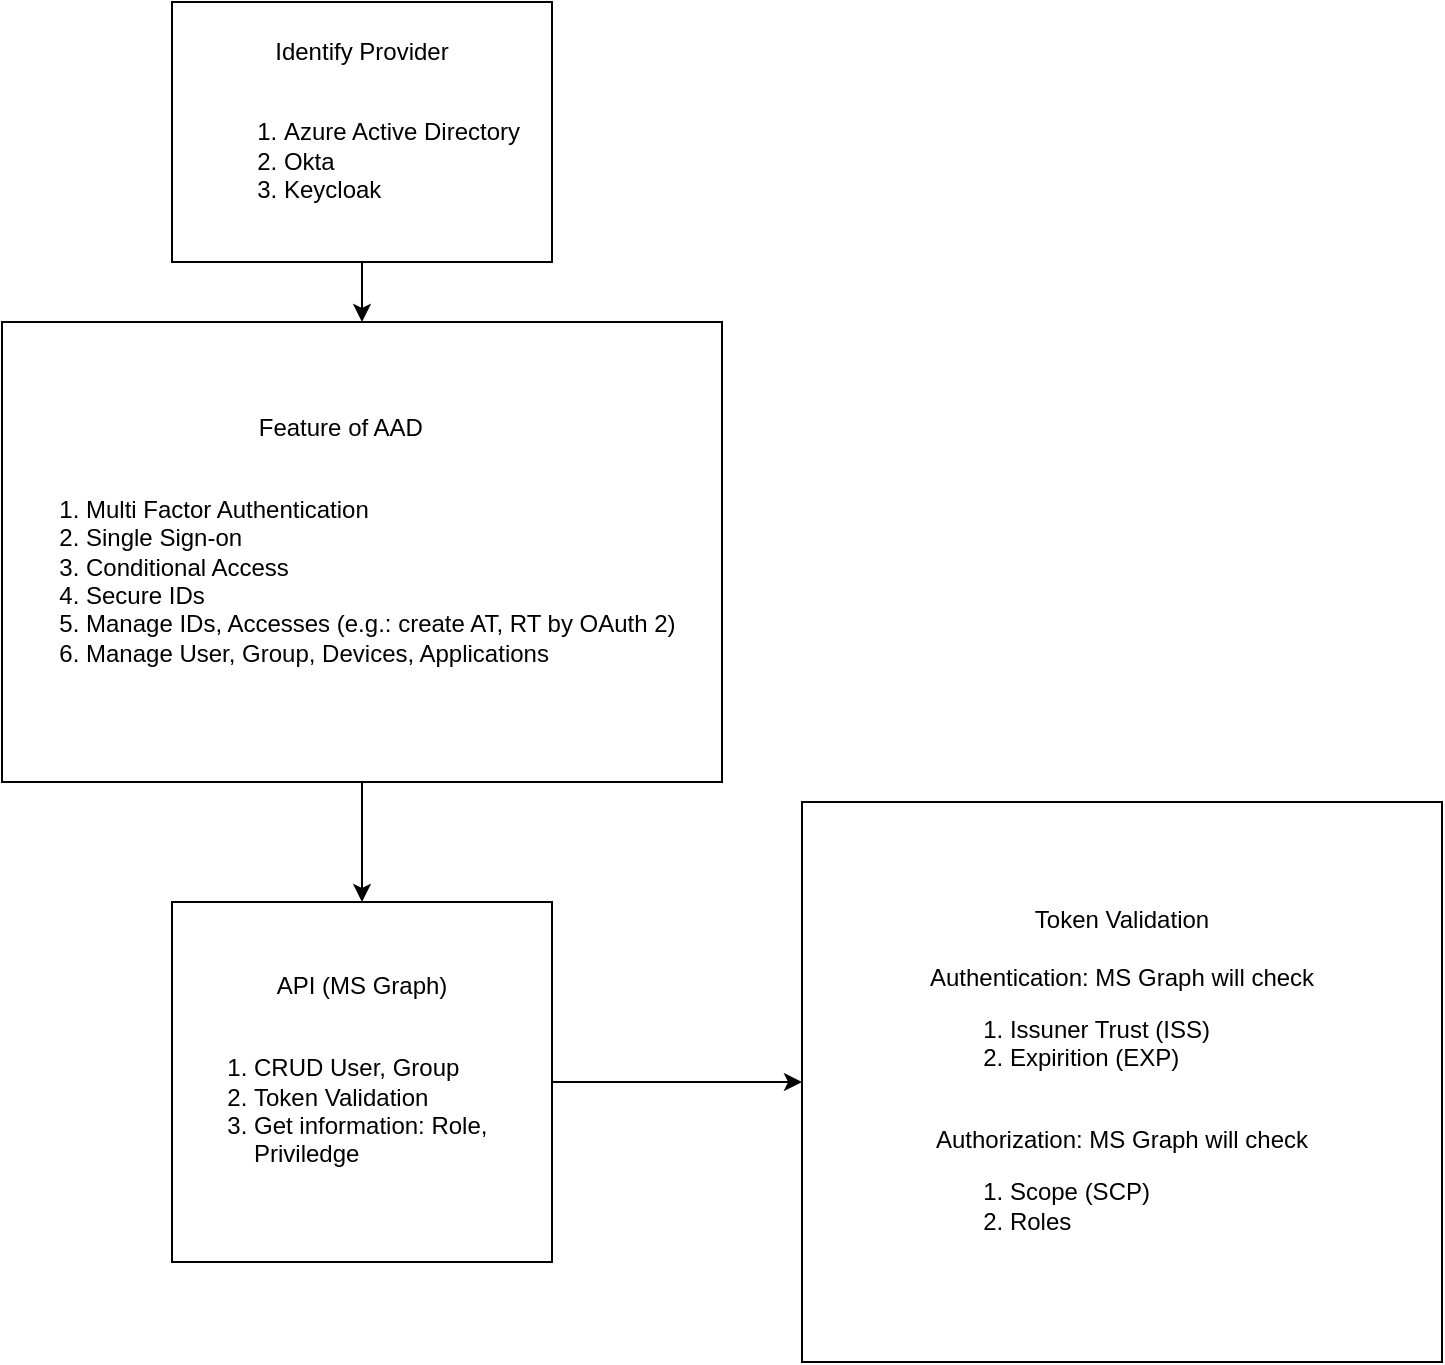
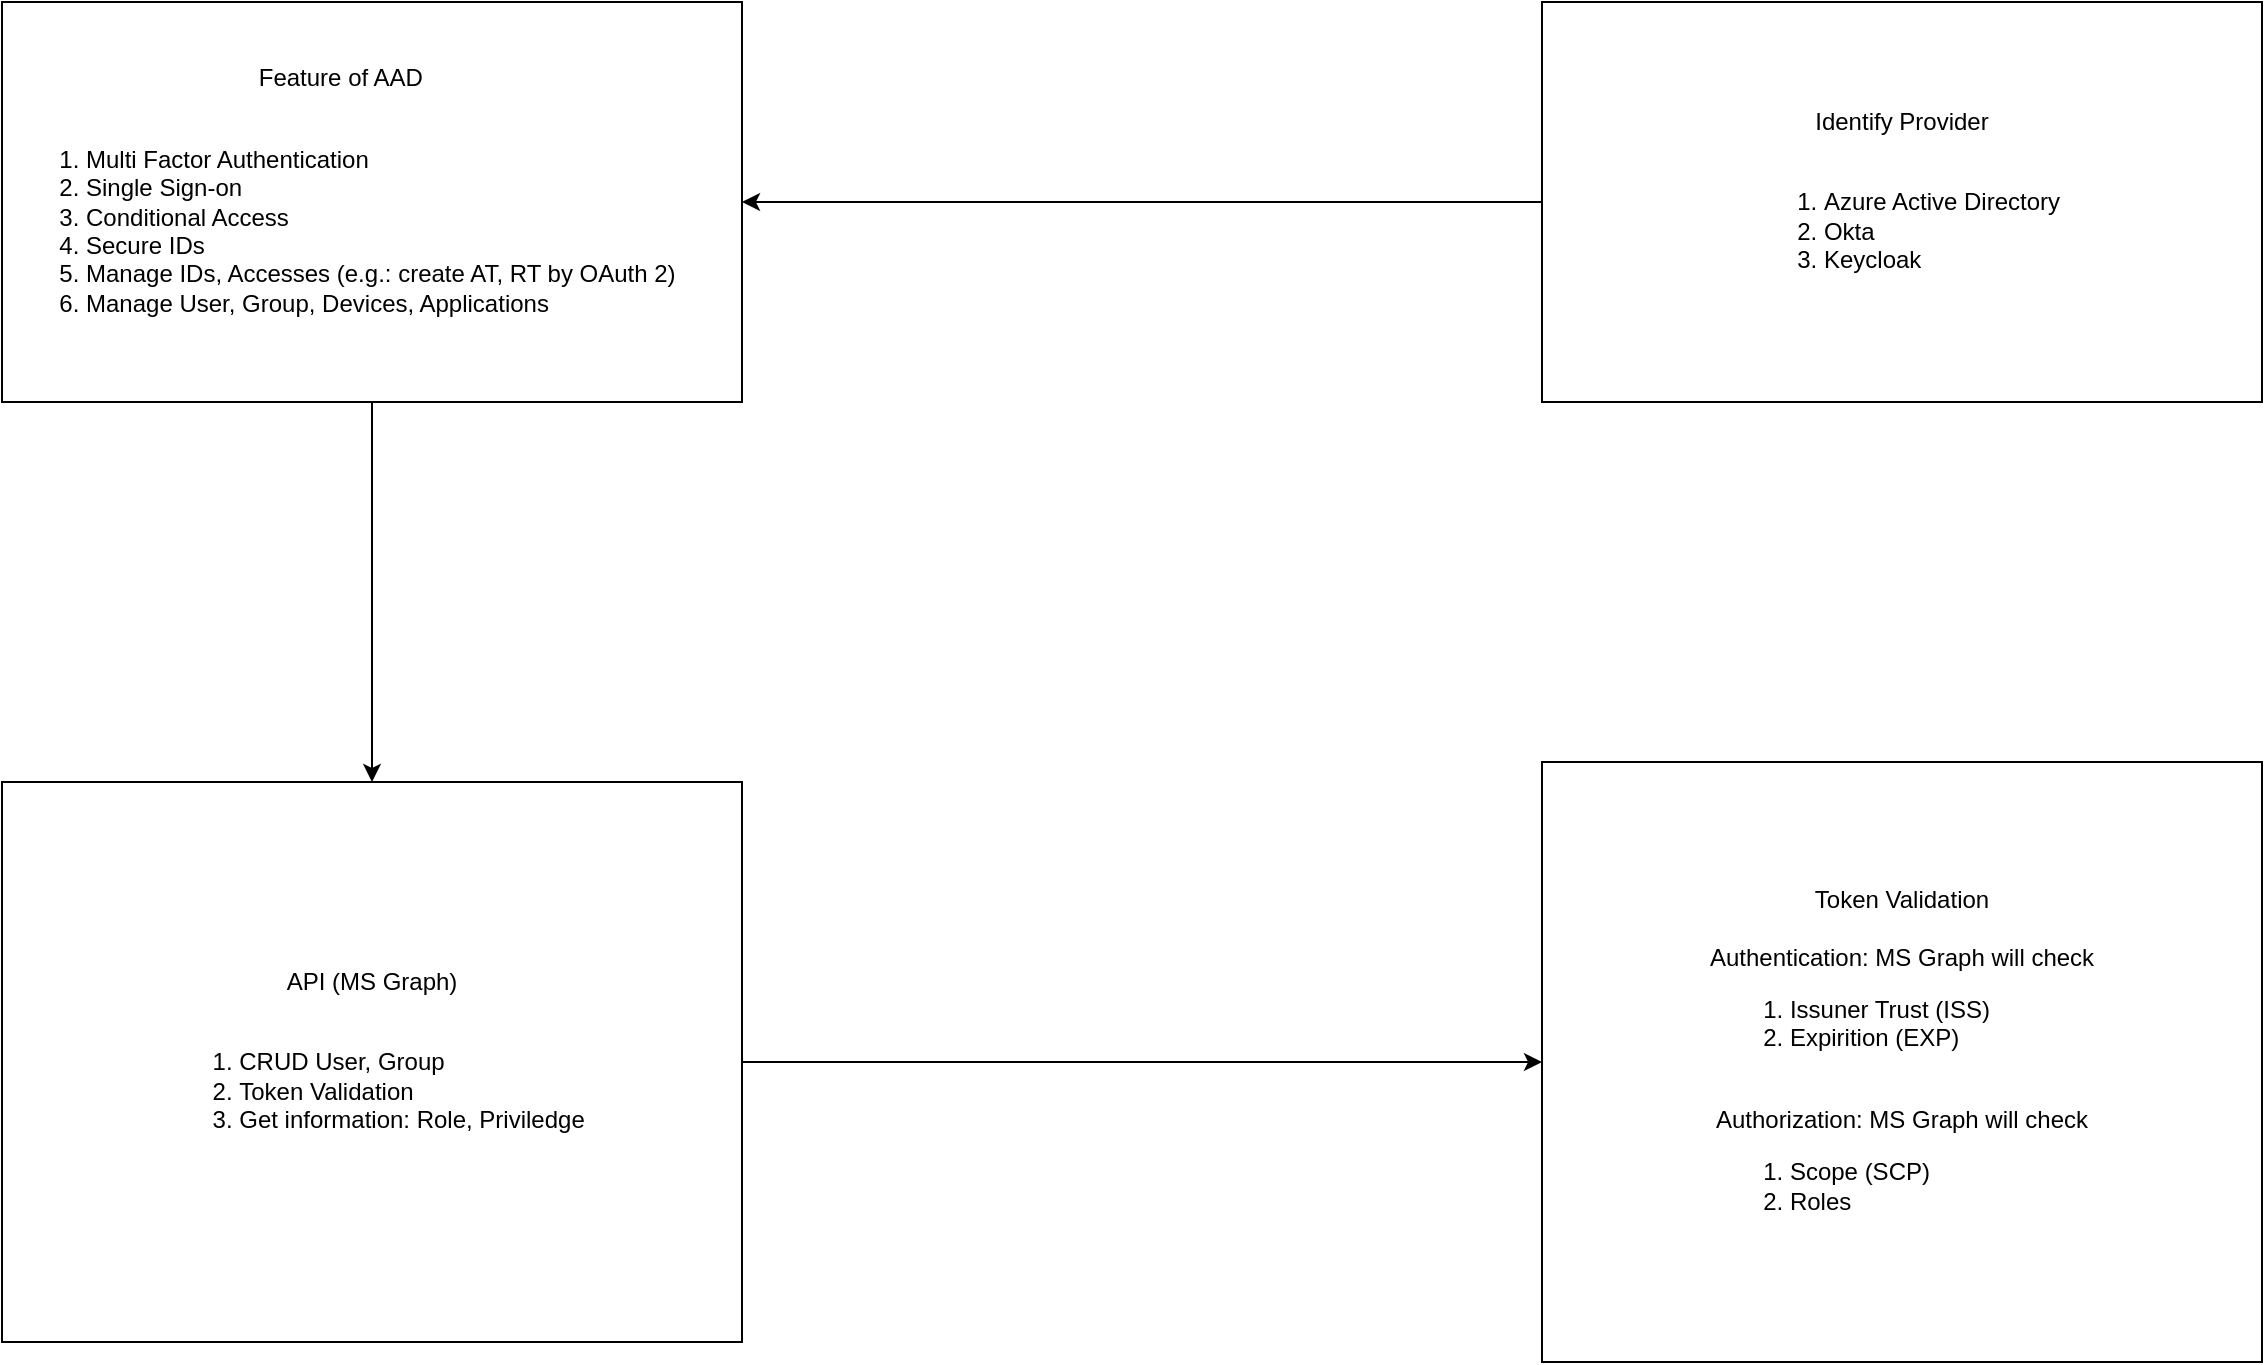
<mxfile host="app.diagrams.net" agent="Mozilla/5.0 (Macintosh; Intel Mac OS X 10_15_7) AppleWebKit/537.36 (KHTML, like Gecko) Chrome/131.0.0.0 Safari/537.36" version="25.0.1">
  <diagram id="Ht1M8jgEwFfnCIfOTk4-" name="Page-1">
    <mxGraphModel dx="1886" dy="1588" grid="1" gridSize="10" guides="1" tooltips="1" connect="1" arrows="1" fold="1" page="1" pageScale="1" pageWidth="1169" pageHeight="827" math="0" shadow="0">
      <root>
        <mxCell id="0" />
        <mxCell id="1" parent="0" />
        <mxCell id="lTtix9caF7AGYvuhCAnX-8" value="" style="edgeStyle=orthogonalEdgeStyle;rounded=0;orthogonalLoop=1;jettySize=auto;html=1;" edge="1" parent="1" source="lTtix9caF7AGYvuhCAnX-6" target="lTtix9caF7AGYvuhCAnX-7">
          <mxGeometry relative="1" as="geometry" />
        </mxCell>
        <mxCell id="lTtix9caF7AGYvuhCAnX-6" value="Identify Provider&lt;br&gt;&lt;br&gt;&lt;div style=&quot;text-align: left;&quot;&gt;&lt;ol&gt;&lt;li&gt;&lt;span style=&quot;background-color: initial;&quot;&gt;Azure Active Directory&lt;/span&gt;&lt;/li&gt;&lt;li&gt;Okta&lt;/li&gt;&lt;li&gt;Keycloak&lt;/li&gt;&lt;/ol&gt;&lt;/div&gt;" style="whiteSpace=wrap;html=1;" vertex="1" parent="1">
-           <mxGeometry x="125" y="-800" width="190" height="130" as="geometry" />
+           <mxGeometry x="800" y="-800" width="360" height="200" as="geometry" />
        </mxCell>
        <mxCell id="lTtix9caF7AGYvuhCAnX-12" style="edgeStyle=orthogonalEdgeStyle;rounded=0;orthogonalLoop=1;jettySize=auto;html=1;" edge="1" parent="1" source="lTtix9caF7AGYvuhCAnX-7" target="lTtix9caF7AGYvuhCAnX-10">
          <mxGeometry relative="1" as="geometry" />
        </mxCell>
        <mxCell id="lTtix9caF7AGYvuhCAnX-7" value="&lt;div style=&quot;text-align: center;&quot;&gt;&lt;span style=&quot;background-color: initial;&quot;&gt;Feature of AAD&lt;/span&gt;&lt;/div&gt;&lt;div&gt;&lt;br&gt;&lt;div&gt;&lt;ol&gt;&lt;li&gt;Multi Factor Authentication&lt;/li&gt;&lt;li&gt;Single Sign-on&lt;/li&gt;&lt;li&gt;Conditional Access&lt;/li&gt;&lt;li&gt;Secure IDs&lt;/li&gt;&lt;li&gt;Manage IDs, Accesses (e.g.: create AT, RT by OAuth 2)&lt;/li&gt;&lt;li&gt;Manage User, Group, Devices, Applications&lt;/li&gt;&lt;/ol&gt;&lt;/div&gt;&lt;/div&gt;" style="rounded=1;whiteSpace=wrap;html=1;align=left;arcSize=0;direction=west;" vertex="1" parent="1">
-           <mxGeometry x="40" y="-640" width="360" height="230" as="geometry" />
+           <mxGeometry x="30" y="-800" width="370" height="200" as="geometry" />
        </mxCell>
        <mxCell id="lTtix9caF7AGYvuhCAnX-14" style="edgeStyle=orthogonalEdgeStyle;rounded=0;orthogonalLoop=1;jettySize=auto;html=1;exitX=1;exitY=0.5;exitDx=0;exitDy=0;entryX=0;entryY=0.5;entryDx=0;entryDy=0;" edge="1" parent="1" source="lTtix9caF7AGYvuhCAnX-10" target="lTtix9caF7AGYvuhCAnX-13">
          <mxGeometry relative="1" as="geometry" />
        </mxCell>
        <mxCell id="lTtix9caF7AGYvuhCAnX-10" value="API (MS Graph)&lt;br&gt;&lt;br&gt;&lt;div style=&quot;text-align: left;&quot;&gt;&lt;ol&gt;&lt;li&gt;CRUD User, Group&lt;/li&gt;&lt;li&gt;Token Validation&lt;/li&gt;&lt;li&gt;Get information: Role, Priviledge&lt;/li&gt;&lt;/ol&gt;&lt;/div&gt;" style="whiteSpace=wrap;html=1;" vertex="1" parent="1">
-           <mxGeometry x="125" y="-350" width="190" height="180" as="geometry" />
+           <mxGeometry x="30" y="-410" width="370" height="280" as="geometry" />
        </mxCell>
        <mxCell id="lTtix9caF7AGYvuhCAnX-13" value="Token Validation&lt;br&gt;&lt;br&gt;&lt;div style=&quot;text-align: left;&quot;&gt;&lt;span style=&quot;background-color: initial;&quot;&gt;Authentication: MS Graph will check&lt;/span&gt;&lt;/div&gt;&lt;div&gt;&lt;ol&gt;&lt;li style=&quot;text-align: left;&quot;&gt;Issuner Trust (ISS)&lt;/li&gt;&lt;li style=&quot;text-align: left;&quot;&gt;Expirition (EXP)&lt;/li&gt;&lt;/ol&gt;&lt;div style=&quot;text-align: left;&quot;&gt;&lt;br&gt;&lt;/div&gt;&lt;span style=&quot;background-color: initial;&quot;&gt;Authorization: MS Graph will check&lt;/span&gt;&lt;/div&gt;&lt;div&gt;&lt;ol&gt;&lt;li style=&quot;text-align: left;&quot;&gt;Scope (SCP)&lt;/li&gt;&lt;li style=&quot;text-align: left;&quot;&gt;Roles&lt;/li&gt;&lt;/ol&gt;&lt;/div&gt;" style="whiteSpace=wrap;html=1;" vertex="1" parent="1">
-           <mxGeometry x="440" y="-400" width="320" height="280" as="geometry" />
+           <mxGeometry x="800" y="-420" width="360" height="300" as="geometry" />
        </mxCell>
      </root>
    </mxGraphModel>
  </diagram>
</mxfile>
